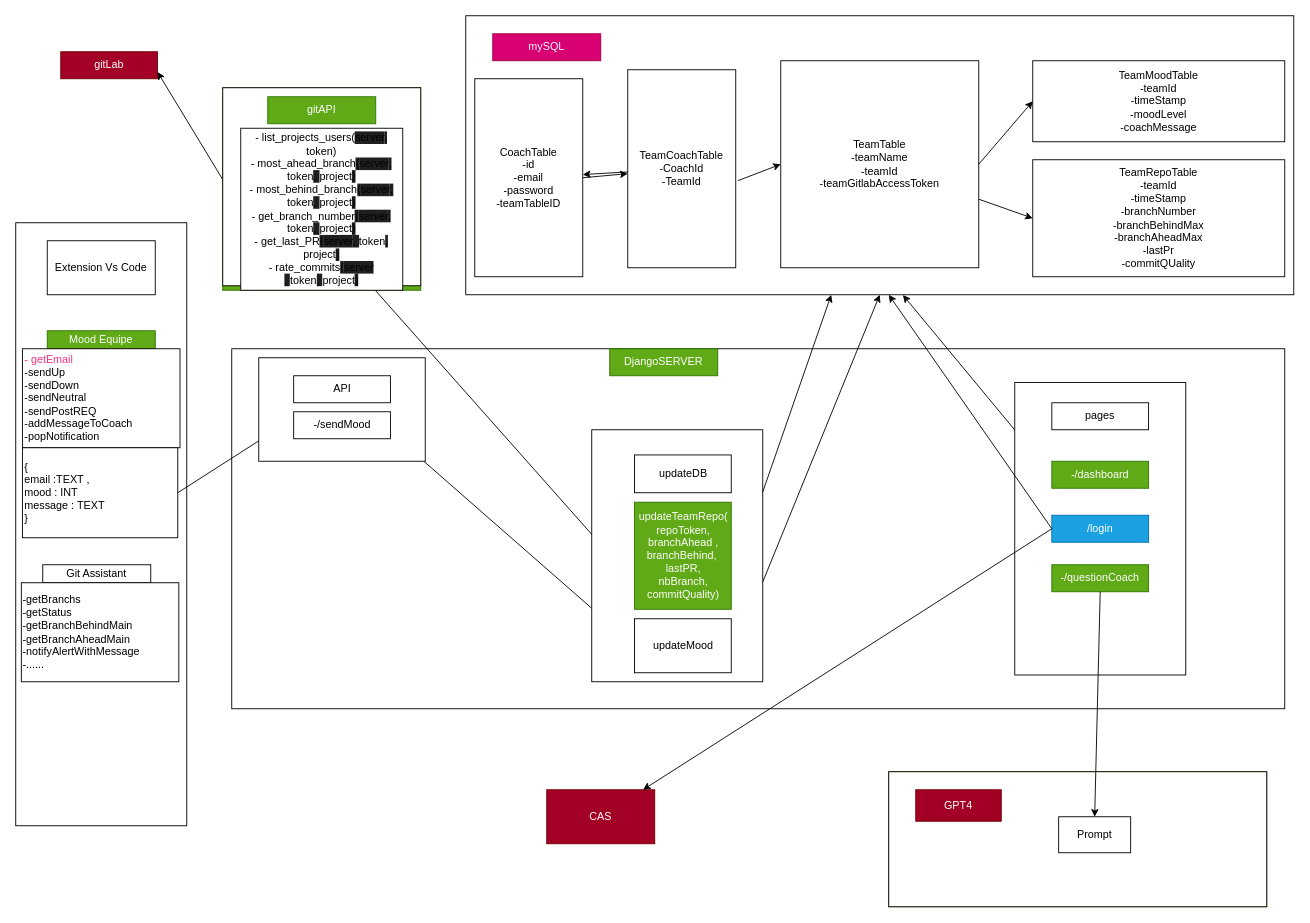
Above: architecture.drawio in mohamedali3107/codingcoach (draw.io), before the change. Source tidied: cells renumbered, new cells numbered last; positions are measured from the earlier drawing's top-left corner, leaving out a move shared by most shapes. Both pictures are drawn from the tidied source at 90%, with x=0, y=0 at pixel (15, 15).
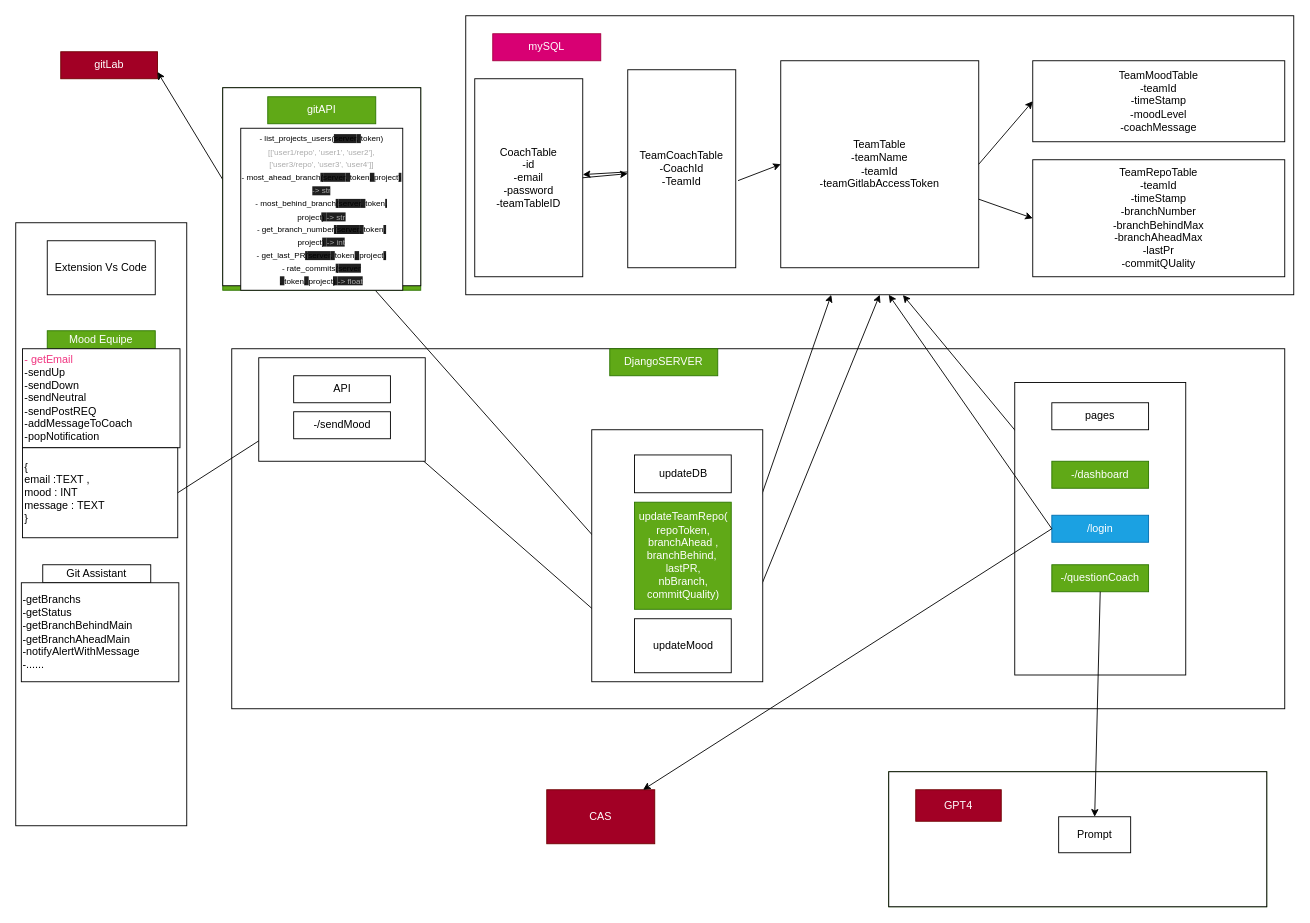
The same diagram, later.

Commit message:
Function return values

Unchanged cells that the change refers to:
```xml
<mxCell id="52" style="group;fillColor=#60a917;fontColor=#ffffff;strokeColor=#2D7600;" parent="1" vertex="1">
  <mxGeometry x="230" y="80" width="220" height="225" as="geometry" />
</mxCell>
```

The edit, as a diff of the source:
```diff
@@
-    <mxCell id="55" value="&lt;font style=&quot;font-size: 12px;&quot;&gt;- list_projects_users(&lt;span style=&quot;background-color: rgb(31, 31, 31);&quot;&gt;server&lt;/span&gt;&lt;span style=&quot;background-color: rgb(31, 31, 31);&quot;&gt;, &lt;/span&gt;&lt;span style=&quot;background-color: initial;&quot;&gt;token&lt;/span&gt;&lt;span style=&quot;background-color: initial;&quot;&gt;)&lt;/span&gt;&lt;br&gt;- most_ahead_branch&lt;span style=&quot;background-color: rgb(31, 31, 31);&quot;&gt;(&lt;/span&gt;&lt;span style=&quot;background-color: rgb(31, 31, 31);&quot;&gt;server&lt;/span&gt;&lt;span style=&quot;background-color: rgb(31, 31, 31);&quot;&gt;, &lt;/span&gt;&lt;span style=&quot;background-color: initial;&quot;&gt;token&lt;/span&gt;&lt;span style=&quot;background-color: rgb(31, 31, 31);&quot;&gt;, &lt;/span&gt;&lt;span style=&quot;background-color: initial;&quot;&gt;project&lt;/span&gt;&lt;span style=&quot;background-color: rgb(31, 31, 31);&quot;&gt;)&lt;/span&gt;&lt;span style=&quot;background-color: rgb(31, 31, 31);&quot;&gt;&lt;br&gt;&lt;/span&gt;- most_behind_branch&lt;span style=&quot;background-color: rgb(31, 31, 31);&quot;&gt;(&lt;/span&gt;&lt;span style=&quot;background-color: rgb(31, 31, 31);&quot;&gt;server&lt;/span&gt;&lt;span style=&quot;background-color: rgb(31, 31, 31);&quot;&gt;, &lt;/span&gt;&lt;span style=&quot;background-color: initial;&quot;&gt;token&lt;/span&gt;&lt;span style=&quot;background-color: rgb(31, 31, 31);&quot;&gt;, &lt;/span&gt;&lt;span style=&quot;background-color: initial;&quot;&gt;project&lt;/span&gt;&lt;span style=&quot;background-color: rgb(31, 31, 31);&quot;&gt;)&lt;/span&gt;&lt;span style=&quot;background-color: rgb(31, 31, 31);&quot;&gt;&lt;br&gt;&lt;/span&gt;- get_branch_number&lt;span style=&quot;background-color: rgb(31, 31, 31);&quot;&gt;(&lt;/span&gt;&lt;span style=&quot;background-color: rgb(31, 31, 31);&quot;&gt;server&lt;/span&gt;&lt;span style=&quot;background-color: rgb(31, 31, 31);&quot;&gt;, &lt;/span&gt;&lt;span style=&quot;background-color: initial;&quot;&gt;token&lt;/span&gt;&lt;span style=&quot;background-color: rgb(31, 31, 31);&quot;&gt;, &lt;/span&gt;&lt;span style=&quot;background-color: initial;&quot;&gt;project&lt;/span&gt;&lt;span style=&quot;background-color: rgb(31, 31, 31);&quot;&gt;)&lt;/span&gt;&lt;span style=&quot;background-color: rgb(31, 31, 31);&quot;&gt;&lt;br&gt;&lt;/span&gt;- get_last_PR&lt;span style=&quot;background-color: rgb(31, 31, 31);&quot;&gt;(&lt;/span&gt;&lt;span style=&quot;background-color: rgb(31, 31, 31);&quot;&gt;server&lt;/span&gt;&lt;span style=&quot;background-color: rgb(31, 31, 31);&quot;&gt;, &lt;/span&gt;&lt;span style=&quot;background-color: initial;&quot;&gt;token&lt;/span&gt;&lt;span style=&quot;background-color: rgb(31, 31, 31);&quot;&gt;, &lt;/span&gt;&lt;span style=&quot;background-color: initial;&quot;&gt;project&lt;/span&gt;&lt;span style=&quot;background-color: rgb(31, 31, 31);&quot;&gt;)&lt;/span&gt;&lt;span style=&quot;background-color: rgb(31, 31, 31);&quot;&gt;&lt;br&gt;&lt;/span&gt;- rate_commits&lt;span style=&quot;background-color: rgb(31, 31, 31);&quot;&gt;(&lt;/span&gt;&lt;span style=&quot;background-color: rgb(31, 31, 31);&quot;&gt;server&lt;/span&gt;&lt;span style=&quot;background-color: rgb(31, 31, 31);&quot;&gt;&lt;br&gt;&lt;/span&gt;&lt;/font&gt;&lt;span style=&quot;background-color: rgb(31, 31, 31);&quot;&gt;, &lt;/span&gt;&lt;span style=&quot;background-color: initial;&quot;&gt;token&lt;/span&gt;&lt;span style=&quot;background-color: rgb(31, 31, 31);&quot;&gt;, &lt;/span&gt;&lt;span style=&quot;background-color: initial;&quot;&gt;project&lt;/span&gt;&lt;span style=&quot;background-color: rgb(31, 31, 31);&quot;&gt;)&lt;/span&gt;" style="whiteSpace=wrap;html=1;" parent="52" vertex="1">
+    <mxCell id="55" value="&lt;font style=&quot;font-size: 9px;&quot;&gt;&lt;font style=&quot;font-size: 9px;&quot;&gt;- list_projects_users(&lt;span style=&quot;background-color: rgb(31, 31, 31);&quot;&gt;server&lt;/span&gt;&lt;span style=&quot;background-color: rgb(31, 31, 31);&quot;&gt;, &lt;/span&gt;&lt;span style=&quot;background-color: initial;&quot;&gt;token&lt;/span&gt;&lt;span style=&quot;background-color: initial;&quot;&gt;)&lt;br&gt;&lt;/span&gt;&lt;font color=&quot;#ababab&quot;&gt;[['user1/repo', 'user1', 'user2'],&lt;br&gt;&lt;/font&gt;&lt;span style=&quot;color: rgb(171, 171, 171);&quot;&gt;['user3/repo', 'user3', 'user4']&lt;/span&gt;&lt;font color=&quot;#ababab&quot;&gt;]&lt;/font&gt;&lt;br&gt;- most_ahead_branch&lt;span style=&quot;background-color: rgb(31, 31, 31);&quot;&gt;(&lt;/span&gt;&lt;span style=&quot;background-color: rgb(31, 31, 31);&quot;&gt;server&lt;/span&gt;&lt;span style=&quot;background-color: rgb(31, 31, 31);&quot;&gt;, &lt;/span&gt;&lt;span style=&quot;background-color: initial;&quot;&gt;token&lt;/span&gt;&lt;span style=&quot;background-color: rgb(31, 31, 31);&quot;&gt;, &lt;/span&gt;&lt;span style=&quot;background-color: initial;&quot;&gt;project&lt;/span&gt;&lt;span style=&quot;background-color: rgb(31, 31, 31);&quot;&gt;) &lt;font color=&quot;#ababab&quot;&gt;-&amp;gt; str&lt;/font&gt;&lt;/span&gt;&lt;span style=&quot;background-color: rgb(31, 31, 31);&quot;&gt;&lt;br&gt;&lt;/span&gt;- most_behind_branch&lt;span style=&quot;background-color: rgb(31, 31, 31);&quot;&gt;(&lt;/span&gt;&lt;span style=&quot;background-color: rgb(31, 31, 31);&quot;&gt;server&lt;/span&gt;&lt;span style=&quot;background-color: rgb(31, 31, 31);&quot;&gt;, &lt;/span&gt;&lt;span style=&quot;background-color: initial;&quot;&gt;token&lt;/span&gt;&lt;span style=&quot;background-color: rgb(31, 31, 31);&quot;&gt;, &lt;/span&gt;&lt;span style=&quot;background-color: initial;&quot;&gt;project&lt;/span&gt;&lt;span style=&quot;background-color: rgb(31, 31, 31);&quot;&gt;)&amp;nbsp;&lt;/span&gt;&lt;span style=&quot;color: rgb(171, 171, 171); background-color: rgb(31, 31, 31);&quot;&gt;-&amp;gt; str&lt;/span&gt;&lt;span style=&quot;background-color: rgb(31, 31, 31);&quot;&gt;&lt;br&gt;&lt;/span&gt;- get_branch_number&lt;span style=&quot;background-color: rgb(31, 31, 31);&quot;&gt;(&lt;/span&gt;&lt;span style=&quot;background-color: rgb(31, 31, 31);&quot;&gt;server&lt;/span&gt;&lt;span style=&quot;background-color: rgb(31, 31, 31);&quot;&gt;, &lt;/span&gt;&lt;span style=&quot;background-color: initial;&quot;&gt;token&lt;/span&gt;&lt;span style=&quot;background-color: rgb(31, 31, 31);&quot;&gt;, &lt;/span&gt;&lt;span style=&quot;background-color: initial;&quot;&gt;project&lt;/span&gt;&lt;span style=&quot;background-color: rgb(31, 31, 31);&quot;&gt;)&amp;nbsp;&lt;/span&gt;&lt;span style=&quot;color: rgb(171, 171, 171); background-color: rgb(31, 31, 31);&quot;&gt;-&amp;gt; int&lt;/span&gt;&lt;span style=&quot;background-color: rgb(31, 31, 31);&quot;&gt;&lt;br&gt;&lt;/span&gt;- get_last_PR&lt;span style=&quot;background-color: rgb(31, 31, 31);&quot;&gt;(&lt;/span&gt;&lt;span style=&quot;background-color: rgb(31, 31, 31);&quot;&gt;server&lt;/span&gt;&lt;span style=&quot;background-color: rgb(31, 31, 31);&quot;&gt;, &lt;/span&gt;&lt;span style=&quot;background-color: initial;&quot;&gt;token&lt;/span&gt;&lt;span style=&quot;background-color: rgb(31, 31, 31);&quot;&gt;, &lt;/span&gt;&lt;span style=&quot;background-color: initial;&quot;&gt;project&lt;/span&gt;&lt;span style=&quot;background-color: rgb(31, 31, 31);&quot;&gt;)&lt;/span&gt;&lt;span style=&quot;background-color: rgb(31, 31, 31);&quot;&gt;&lt;br&gt;&lt;/span&gt;- rate_commits&lt;span style=&quot;background-color: rgb(31, 31, 31);&quot;&gt;(&lt;/span&gt;&lt;span style=&quot;background-color: rgb(31, 31, 31);&quot;&gt;server&lt;/span&gt;&lt;span style=&quot;background-color: rgb(31, 31, 31);&quot;&gt;&lt;br&gt;&lt;/span&gt;&lt;/font&gt;&lt;span style=&quot;background-color: rgb(31, 31, 31);&quot;&gt;, &lt;/span&gt;&lt;span style=&quot;background-color: initial;&quot;&gt;token&lt;/span&gt;&lt;span style=&quot;background-color: rgb(31, 31, 31);&quot;&gt;, &lt;/span&gt;&lt;span style=&quot;background-color: initial;&quot;&gt;project&lt;/span&gt;&lt;span style=&quot;background-color: rgb(31, 31, 31);&quot;&gt;)&amp;nbsp;&lt;/span&gt;&lt;/font&gt;&lt;span style=&quot;color: rgb(171, 171, 171); font-size: 9px; background-color: rgb(31, 31, 31);&quot;&gt;-&amp;gt; float&lt;/span&gt;" style="whiteSpace=wrap;html=1;" parent="52" vertex="1">
       <mxGeometry x="20" y="45" width="180" height="180" as="geometry" />
     </mxCell>
```
